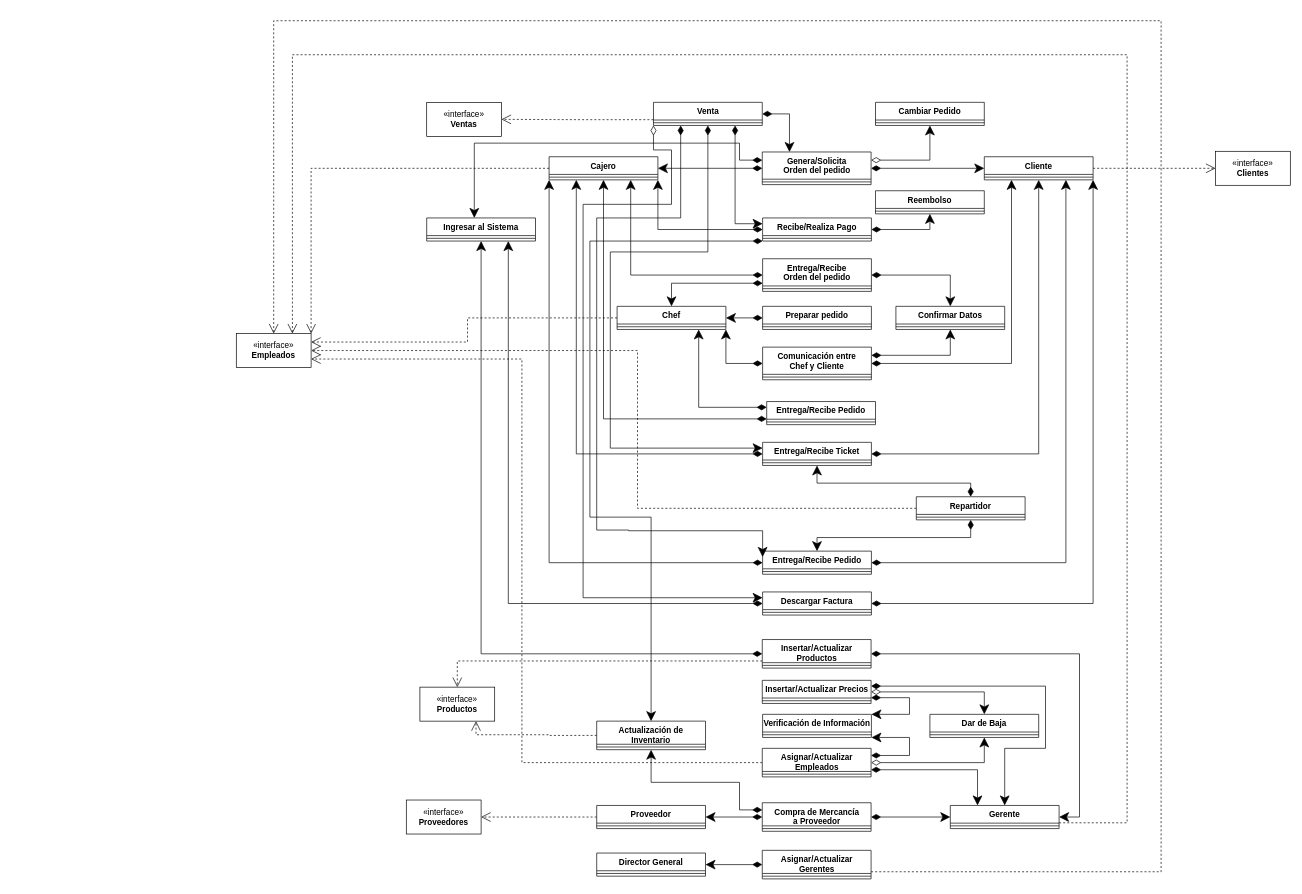
Earlier version of the draw.io diagram Diagrama_de_clases/Diagrama_de_clases_Sistema_de_Ventas_de_Reposteria.drawio (LuisRV16/Proyecto-IS-Sistema-de-Ventas-de-Reposteria). Source tidied: cells renumbered, new cells numbered last; positions are measured from the earlier drawing's top-left corner, leaving out a move shared by most shapes. Both pictures are drawn from the tidied source at 68%, with x=0, y=0 at pixel (236, 20).
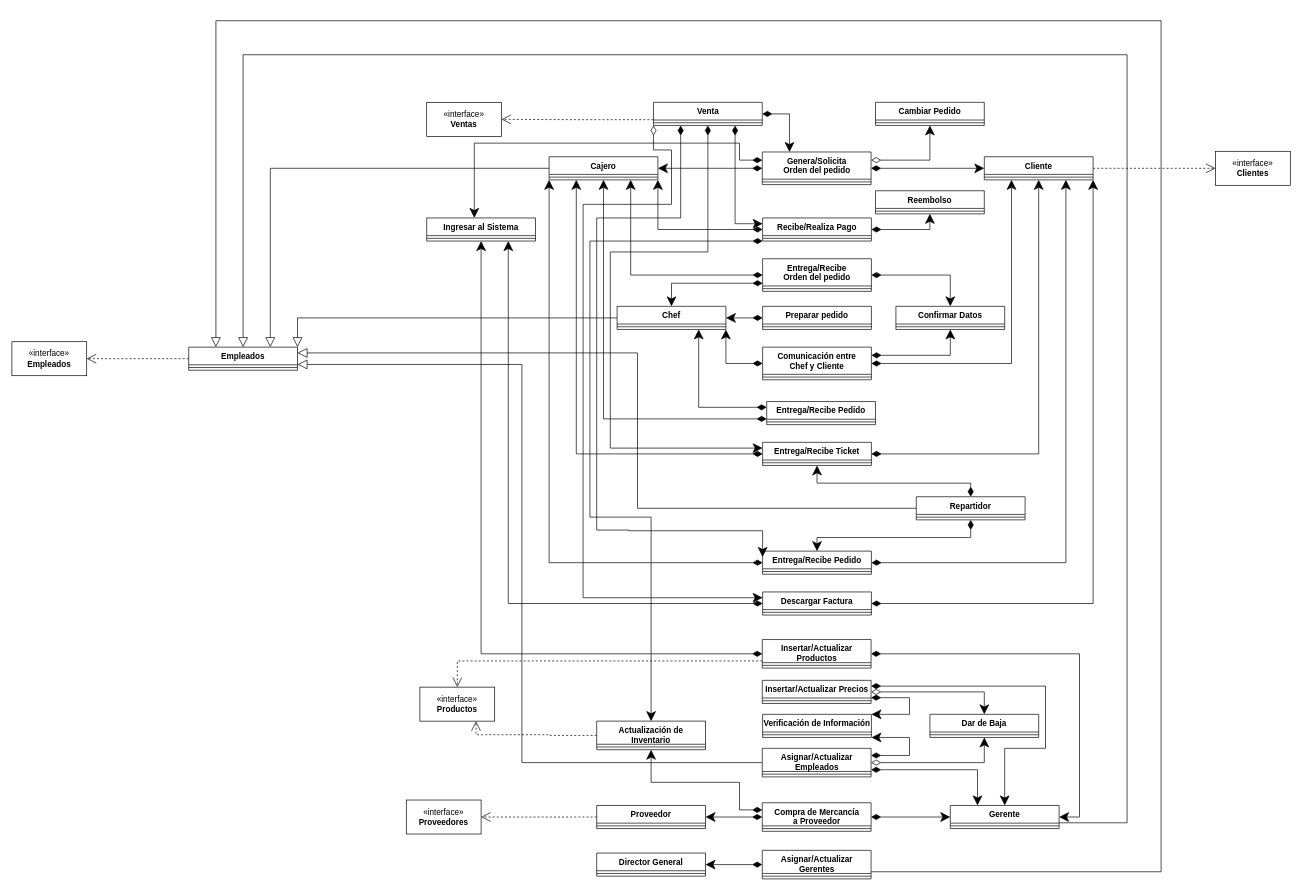
The same page after the edit.

Commit message (it also covers changes not shown here):
Diagrama de clases corregido. Se agregó generalización.

Unchanged cells that the change refers to:
```xml
<mxCell id="3" value="Cajero" style="swimlane;fontStyle=1;align=center;verticalAlign=top;horizontal=1;startSize=26;whiteSpace=wrap;html=1;" parent="1" vertex="1">
  <mxGeometry x="460" y="200" width="160" height="34" as="geometry" />
</mxCell>
<mxCell id="32" value="Repartidor" style="swimlane;fontStyle=1;align=center;verticalAlign=top;horizontal=1;startSize=26;whiteSpace=wrap;html=1;" parent="1" vertex="1">
  <mxGeometry x="1000" y="700" width="160" height="34" as="geometry" />
</mxCell>
<mxCell id="44" value="Chef" style="swimlane;fontStyle=1;align=center;verticalAlign=top;horizontal=1;startSize=26;whiteSpace=wrap;html=1;" parent="1" vertex="1">
  <mxGeometry x="560" y="420" width="160" height="34" as="geometry" />
</mxCell>
<mxCell id="62" value="Asignar/Actualizar Gerentes" style="swimlane;fontStyle=1;align=center;verticalAlign=top;horizontal=1;startSize=34;whiteSpace=wrap;html=1;" parent="1" vertex="1">
  <mxGeometry x="773.5" y="1220" width="160" height="42" as="geometry" />
</mxCell>
<mxCell id="78" value="Asignar/Actualizar Empleados" style="swimlane;fontStyle=1;align=center;verticalAlign=top;horizontal=1;startSize=34;whiteSpace=wrap;html=1;" parent="1" vertex="1">
  <mxGeometry x="773.5" y="1070" width="160" height="42" as="geometry" />
</mxCell>
<mxCell id="95" value="Gerente" style="swimlane;fontStyle=1;align=center;verticalAlign=top;horizontal=1;startSize=26;whiteSpace=wrap;html=1;" parent="1" vertex="1">
  <mxGeometry x="1050" y="1154" width="160" height="34" as="geometry" />
</mxCell>
```

Diff of the diagram source:
```diff
@@
-    <mxCell id="2" style="edgeStyle=orthogonalEdgeStyle;rounded=0;jettySize=auto;html=1;exitX=0;exitY=0.5;exitDx=0;exitDy=0;entryX=1;entryY=0;entryDx=0;entryDy=0;dashed=1;endArrow=open;endFill=0;endSize=12;" parent="1" edge="1" source="3" target="104">
-      <mxGeometry relative="1" as="geometry" />
+    <mxCell id="2" style="edgeStyle=orthogonalEdgeStyle;rounded=0;jettySize=auto;html=1;exitX=0;exitY=0.5;exitDx=0;exitDy=0;entryX=0.75;entryY=0;entryDx=0;entryDy=0;endArrow=block;endFill=0;endSize=12;" parent="1" edge="1" source="3" target="118">
+      <mxGeometry relative="1" as="geometry">
+        <Array as="points">
+          <mxPoint x="50" y="217" />
+        </Array>
+      </mxGeometry>
     </mxCell>
@@
-    <mxCell id="31" style="edgeStyle=orthogonalEdgeStyle;rounded=0;jettySize=auto;html=1;exitX=0;exitY=0.5;exitDx=0;exitDy=0;entryX=1;entryY=0.5;entryDx=0;entryDy=0;dashed=1;endArrow=open;endFill=0;endSize=12;" parent="1" edge="1" source="32" target="104">
+    <mxCell id="31" style="edgeStyle=orthogonalEdgeStyle;rounded=0;jettySize=auto;html=1;exitX=0;exitY=0.5;exitDx=0;exitDy=0;entryX=1;entryY=0.25;entryDx=0;entryDy=0;endArrow=block;endFill=0;endSize=12;" parent="1" edge="1" source="32" target="118">
       <mxGeometry relative="1" as="geometry">
         <Array as="points">
           <mxPoint x="590" y="717" />
-          <mxPoint x="590" y="485" />
+          <mxPoint x="590" y="489" />
         </Array>
       </mxGeometry>
     </mxCell>
@@
-    <mxCell id="43" style="edgeStyle=orthogonalEdgeStyle;rounded=0;jettySize=auto;html=1;exitX=0;exitY=0.5;exitDx=0;exitDy=0;entryX=1;entryY=0.25;entryDx=0;entryDy=0;dashed=1;endSize=12;endArrow=open;endFill=0;" parent="1" edge="1" source="44" target="104">
+    <mxCell id="43" style="edgeStyle=orthogonalEdgeStyle;rounded=0;jettySize=auto;html=1;exitX=0;exitY=0.5;exitDx=0;exitDy=0;entryX=1;entryY=0;entryDx=0;entryDy=0;endSize=12;endArrow=block;endFill=0;" parent="1" edge="1" source="44" target="118">
       <mxGeometry relative="1" as="geometry" />
     </mxCell>
@@
-    <mxCell id="61" style="edgeStyle=orthogonalEdgeStyle;rounded=0;jettySize=auto;html=1;exitX=1;exitY=0.75;exitDx=0;exitDy=0;entryX=0.5;entryY=0;entryDx=0;entryDy=0;dashed=1;endArrow=open;endFill=0;endSize=12;" parent="1" edge="1" source="62" target="104">
+    <mxCell id="61" style="edgeStyle=orthogonalEdgeStyle;rounded=0;jettySize=auto;html=1;exitX=1;exitY=0.75;exitDx=0;exitDy=0;entryX=0.25;entryY=0;entryDx=0;entryDy=0;endArrow=block;endFill=0;endSize=12;" parent="1" edge="1" source="62" target="118">
       <mxGeometry relative="1" as="geometry">
         <Array as="points">
-          <mxPoint x="1360" y="1251" />
+          <mxPoint x="1360" y="1252" />
           <mxPoint x="1360" />
-          <mxPoint x="55" />
+          <mxPoint x="-30" />
         </Array>
       </mxGeometry>
     </mxCell>
@@
-    <mxCell id="77" style="edgeStyle=orthogonalEdgeStyle;rounded=0;jettySize=auto;html=1;exitX=0;exitY=0.5;exitDx=0;exitDy=0;entryX=1;entryY=0.75;entryDx=0;entryDy=0;dashed=1;endArrow=open;endFill=0;endSize=12;" parent="1" edge="1" source="78" target="104">
+    <mxCell id="77" style="edgeStyle=orthogonalEdgeStyle;rounded=0;jettySize=auto;html=1;exitX=0;exitY=0.5;exitDx=0;exitDy=0;entryX=1;entryY=0.75;entryDx=0;entryDy=0;endArrow=block;endFill=0;endSize=12;" parent="1" edge="1" source="78" target="118">
       <mxGeometry relative="1" as="geometry">
         <Array as="points">
           <mxPoint x="420" y="1091" />
-          <mxPoint x="420" y="498" />
+          <mxPoint x="420" y="506" />
         </Array>
       </mxGeometry>
     </mxCell>
@@
-    <mxCell id="94" style="edgeStyle=orthogonalEdgeStyle;rounded=0;jettySize=auto;html=1;exitX=1;exitY=0.75;exitDx=0;exitDy=0;entryX=0.75;entryY=0;entryDx=0;entryDy=0;dashed=1;endArrow=open;endFill=0;endSize=12;" parent="1" edge="1" source="95" target="104">
+    <mxCell id="94" style="edgeStyle=orthogonalEdgeStyle;rounded=0;jettySize=auto;html=1;exitX=1;exitY=0.75;exitDx=0;exitDy=0;entryX=0.5;entryY=0;entryDx=0;entryDy=0;endArrow=block;endFill=0;endSize=12;" parent="1" edge="1" source="95" target="118">
       <mxGeometry relative="1" as="geometry">
         <Array as="points">
           <mxPoint x="1310" y="1180" />
           <mxPoint x="1310" y="50" />
-          <mxPoint x="82" y="50" />
+          <mxPoint x="10" y="50" />
         </Array>
       </mxGeometry>
     </mxCell>
@@
-    <mxCell id="104" value="«interface»&lt;br&gt;&lt;b&gt;Empleados&lt;/b&gt;" style="html=1;whiteSpace=wrap;" parent="1" vertex="1">
-      <mxGeometry y="460" width="110" height="50" as="geometry" />
-    </mxCell>
@@
+    <mxCell id="104" value="«interface»&lt;br&gt;&lt;b&gt;Empleados&lt;/b&gt;" style="html=1;whiteSpace=wrap;" parent="1" vertex="1">
+      <mxGeometry x="-330" y="472" width="110" height="50" as="geometry" />
+    </mxCell>
+    <mxCell id="117" style="edgeStyle=orthogonalEdgeStyle;rounded=0;jettySize=auto;html=1;exitX=0;exitY=0.5;exitDx=0;exitDy=0;entryX=1;entryY=0.5;entryDx=0;entryDy=0;dashed=1;endArrow=open;endFill=0;endSize=12;" parent="1" edge="1" source="118" target="104">
+      <mxGeometry relative="1" as="geometry" />
+    </mxCell>
+    <mxCell id="118" value="Empleados" style="swimlane;fontStyle=1;align=center;verticalAlign=top;horizontal=1;startSize=26;whiteSpace=wrap;html=1;" parent="1" vertex="1">
+      <mxGeometry x="-70" y="480" width="160" height="34" as="geometry" />
+    </mxCell>
+    <mxCell id="119" style="line;strokeWidth=1;fillColor=none;align=left;verticalAlign=middle;spacingTop=-1;spacingLeft=3;spacingRight=3;labelPosition=right;strokeColor=inherit;" parent="118" vertex="1">
+      <mxGeometry y="26" width="160" height="8" as="geometry" />
+    </mxCell>
```
